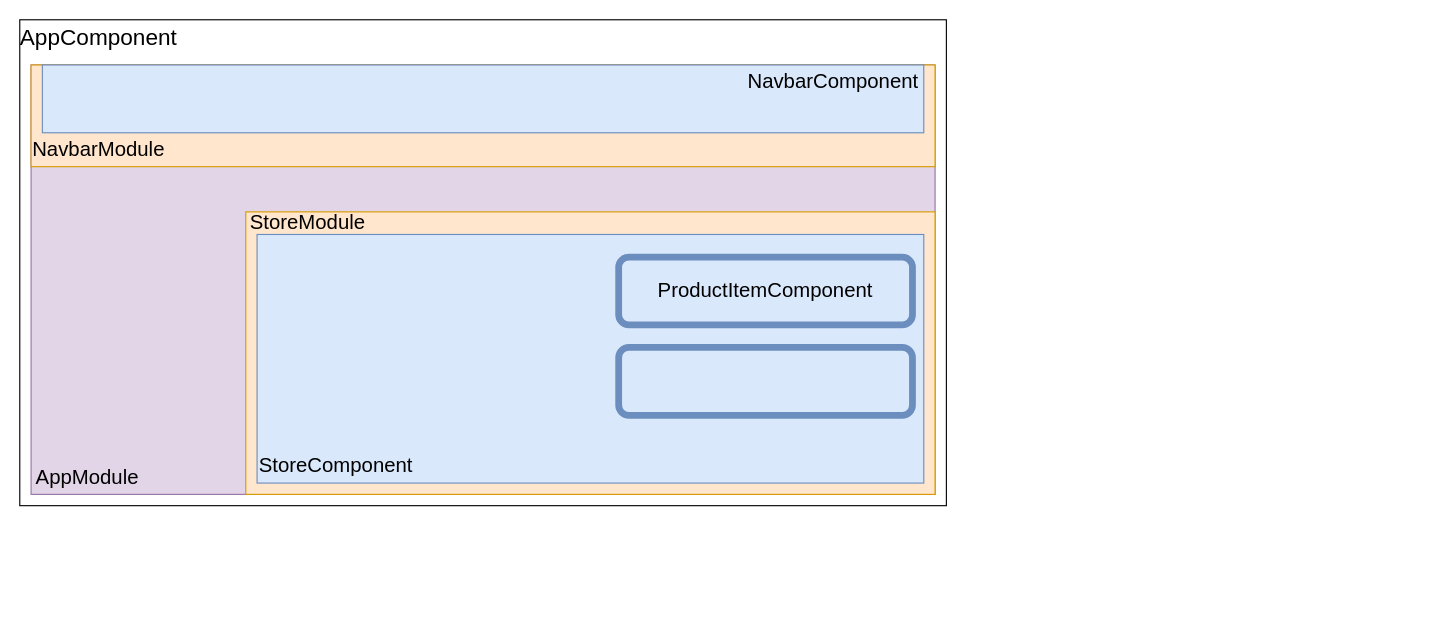
Above: assets/eCommerce-Angular.drawio in AdinhLux/Angular_eCommerce_front (draw.io), before the change. Source tidied: cells renumbered, new cells numbered last; positions are measured from the earlier drawing's top-left corner, leaving out a move shared by most shapes. Both pictures are drawn from the tidied source at 113%, with x=0, y=0 at pixel (19, 19).
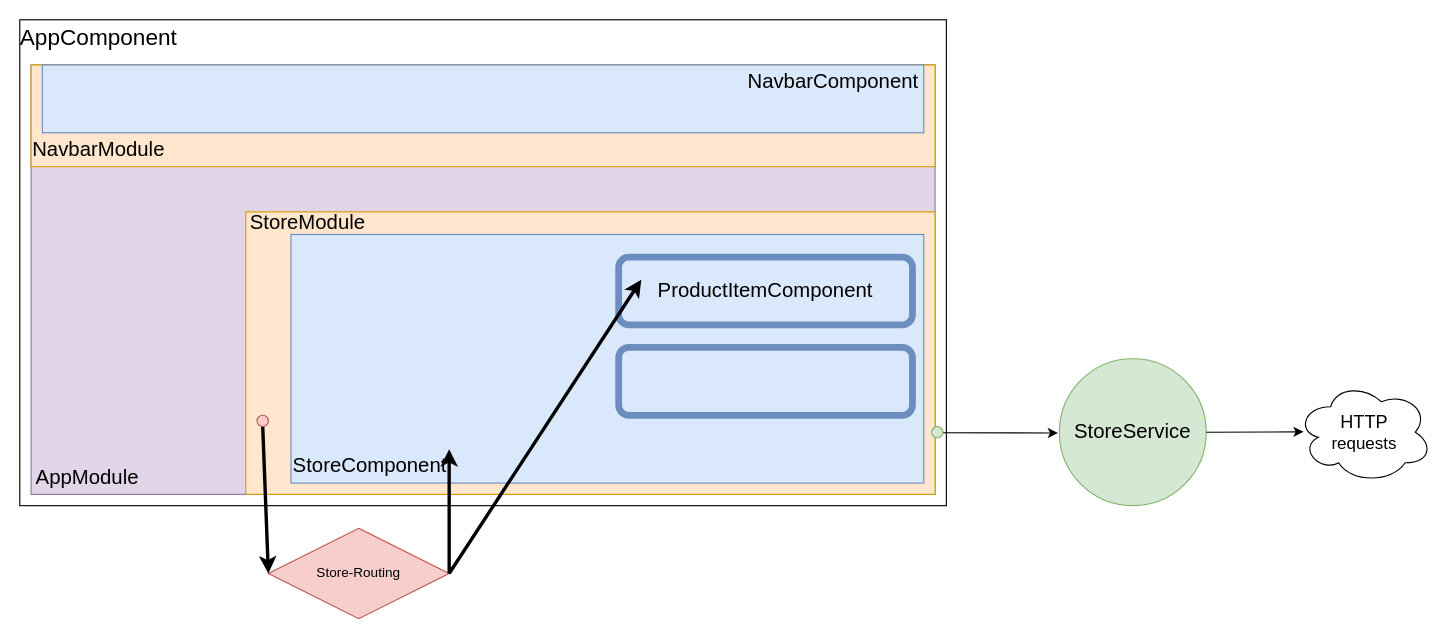
The same diagram, later.

Commit message (it also covers changes not shown here):
Angular web app schema

Unchanged cells that the change refers to:
```xml
<mxCell id="6" style="rounded=0;whiteSpace=wrap;html=1;fillColor=#ffe6cc;strokeColor=#d79b00;" parent="1" vertex="1">
  <mxGeometry x="200" y="170" width="610" height="250" as="geometry" />
</mxCell>
<mxCell id="10" value="&lt;font style=&quot;font-size: 18px;&quot;&gt;ProductItemComponent&lt;/font&gt;" style="rounded=1;whiteSpace=wrap;html=1;fillColor=#dae8fc;strokeColor=#6c8ebf;strokeWidth=6;" parent="1" vertex="1">
  <mxGeometry x="530" y="210" width="260" height="60" as="geometry" />
</mxCell>
```

The edit, as a diff of the source:
```diff
@@
     <mxCell id="8" style="rounded=0;whiteSpace=wrap;html=1;fillColor=#dae8fc;strokeColor=#6c8ebf;" parent="1" vertex="1">
-      <mxGeometry x="210" y="190" width="590" height="220" as="geometry" />
+      <mxGeometry x="240" y="190" width="560" height="220" as="geometry" />
     </mxCell>
     <mxCell id="9" value="&lt;font style=&quot;font-size: 18px;&quot;&gt;StoreComponent&lt;/font&gt;" style="text;html=1;strokeColor=none;fillColor=none;align=center;verticalAlign=middle;whiteSpace=wrap;rounded=0;" parent="1" vertex="1">
-      <mxGeometry x="250" y="380" width="60" height="30" as="geometry" />
+      <mxGeometry x="280" y="380" width="60" height="30" as="geometry" />
     </mxCell>
@@
+    <mxCell id="16" value="&lt;font style=&quot;font-size: 18px;&quot;&gt;StoreService&lt;/font&gt;" style="ellipse;whiteSpace=wrap;html=1;fillColor=#d5e8d4;strokeColor=#82b366;" parent="1" vertex="1">
+      <mxGeometry x="920" y="300" width="130" height="130" as="geometry" />
+    </mxCell>
+    <mxCell id="17" value="&lt;font style=&quot;font-size: 16px;&quot;&gt;HTTP&lt;/font&gt;&lt;br&gt;&lt;font style=&quot;font-size: 15px;&quot;&gt;requests&lt;/font&gt;" style="ellipse;shape=cloud;whiteSpace=wrap;html=1;" parent="1" vertex="1">
+      <mxGeometry x="1130" y="320" width="120" height="90" as="geometry" />
+    </mxCell>
+    <mxCell id="18" style="endArrow=classic;html=1;rounded=0;exitX=0.998;exitY=0.782;exitDx=0;exitDy=0;exitPerimeter=0;entryX=-0.01;entryY=0.505;entryDx=0;entryDy=0;entryPerimeter=0;" parent="1" edge="1" source="6" target="16">
+      <mxGeometry relative="1" as="geometry" />
+    </mxCell>
+    <mxCell id="19" style="endArrow=classic;html=1;rounded=0;exitX=1;exitY=0.5;exitDx=0;exitDy=0;entryX=0.051;entryY=0.496;entryDx=0;entryDy=0;entryPerimeter=0;" parent="1" edge="1" source="16" target="17">
+      <mxGeometry relative="1" as="geometry" />
+    </mxCell>
+    <mxCell id="20" style="ellipse;whiteSpace=wrap;html=1;fillColor=#d5e8d4;strokeColor=#82b366;" parent="1" vertex="1">
+      <mxGeometry x="807" y="360" width="10" height="10" as="geometry" />
+    </mxCell>
+    <mxCell id="21" value="Store-Routing" style="rhombus;whiteSpace=wrap;html=1;fillColor=#f8cecc;strokeColor=#b85450;" parent="1" vertex="1">
+      <mxGeometry x="220" y="450" width="160" height="80" as="geometry" />
+    </mxCell>
+    <mxCell id="22" style="endArrow=classic;html=1;rounded=0;entryX=0;entryY=0.5;entryDx=0;entryDy=0;exitX=0.5;exitY=1;exitDx=0;exitDy=0;strokeWidth=3;" parent="1" edge="1" source="23" target="21">
+      <mxGeometry relative="1" as="geometry" />
+    </mxCell>
+    <mxCell id="23" style="ellipse;whiteSpace=wrap;html=1;fillColor=#f8cecc;strokeColor=#b85450;" parent="1" vertex="1">
+      <mxGeometry x="210" y="350" width="10" height="10" as="geometry" />
+    </mxCell>
+    <mxCell id="24" style="endArrow=classic;html=1;rounded=0;exitX=1;exitY=0.5;exitDx=0;exitDy=0;strokeWidth=3;" parent="1" edge="1" source="21">
+      <mxGeometry relative="1" as="geometry">
+        <mxPoint x="380" y="380" as="targetPoint" />
+      </mxGeometry>
+    </mxCell>
+    <mxCell id="25" style="endArrow=classic;html=1;rounded=0;exitX=1;exitY=0.5;exitDx=0;exitDy=0;strokeWidth=3;entryX=0.077;entryY=0.333;entryDx=0;entryDy=0;entryPerimeter=0;" parent="1" edge="1" source="21" target="10">
+      <mxGeometry relative="1" as="geometry" />
+    </mxCell>
```
